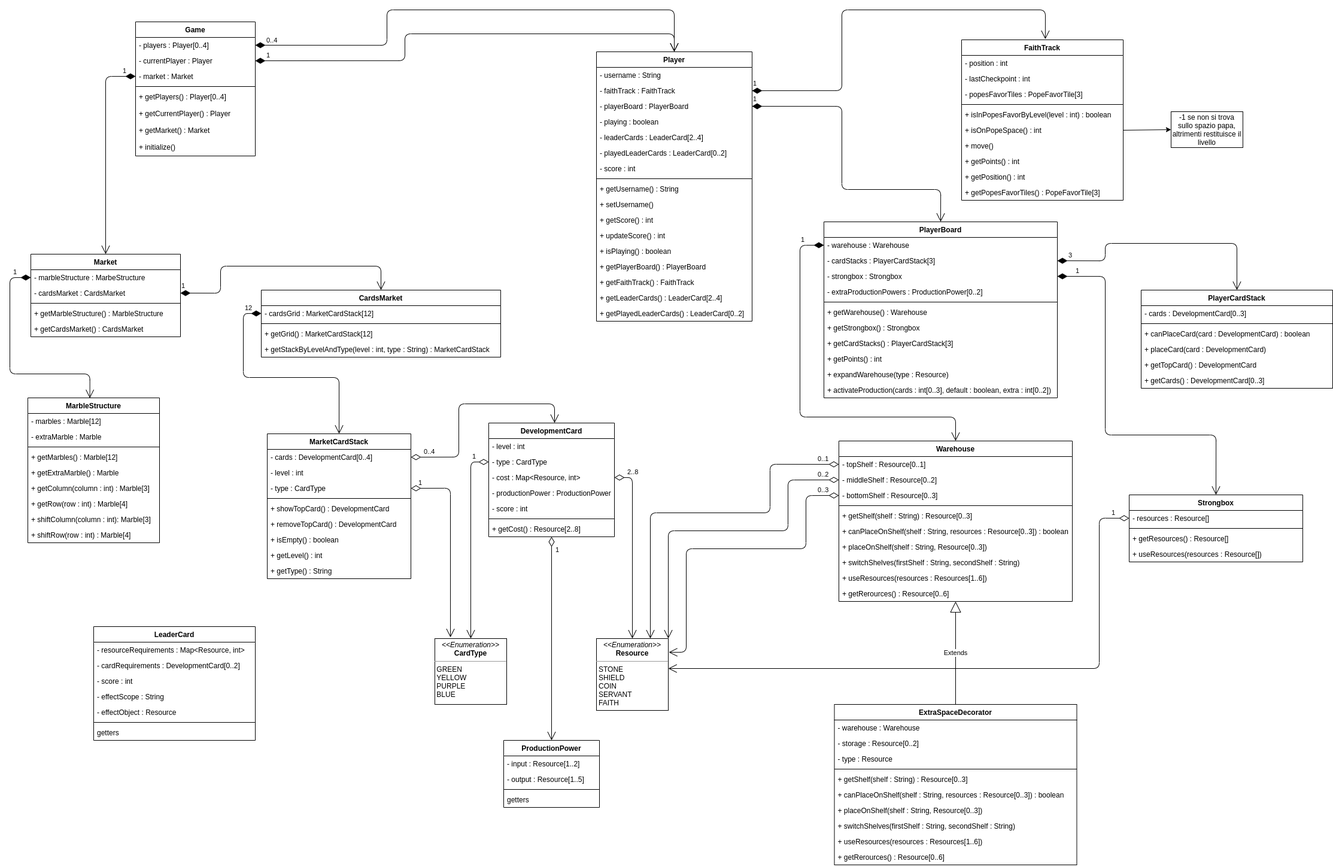
The draw.io diagram deliveries/UML/initial/initial-UML.png in SamueleMessineo/ing-sw-2021-morelli-messineo-mosconi, before a commit. Source tidied: cells renumbered, new cells last; positions are measured from the earlier drawing's top-left corner, leaving out a move shared by most shapes.
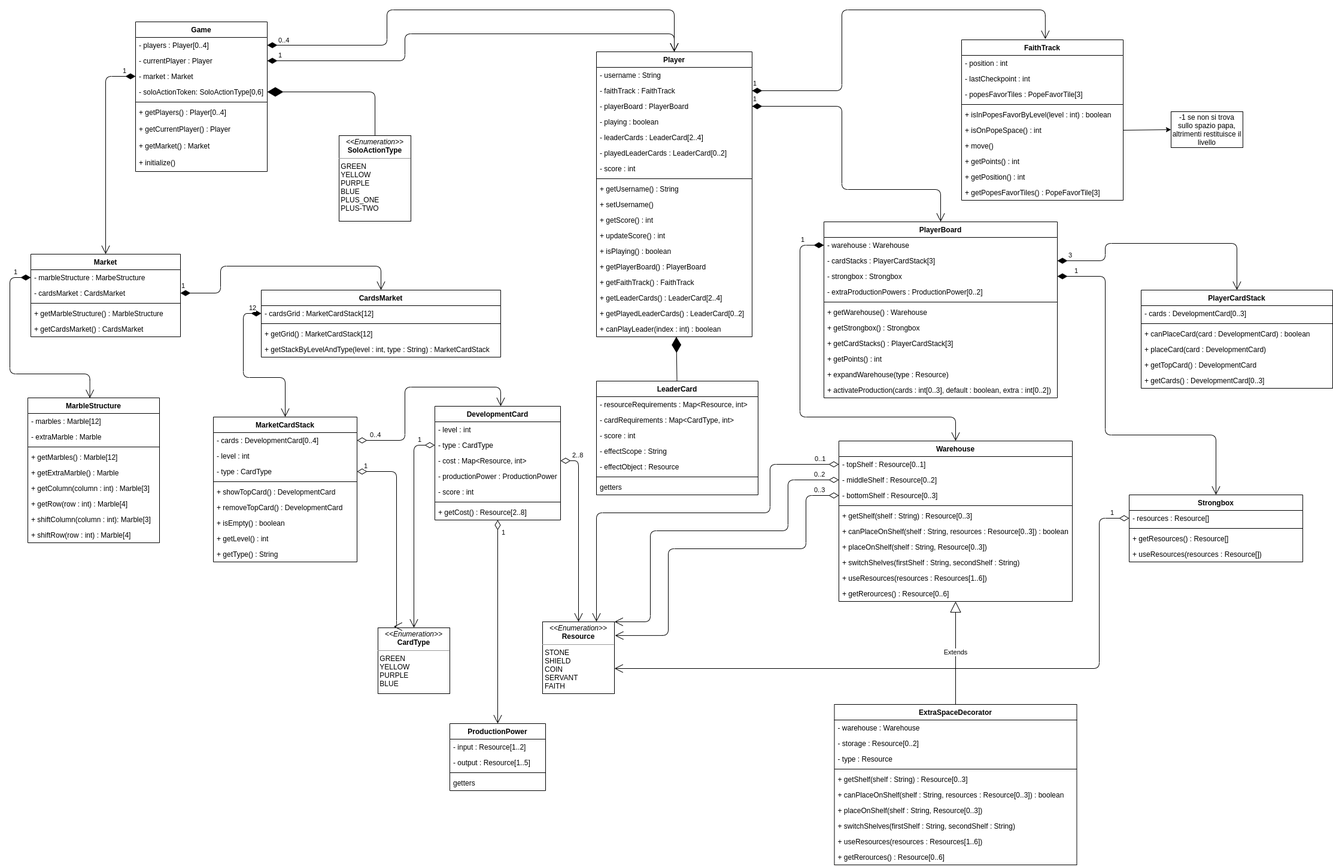
Later version of the same file.

Diff of the diagram source:
```diff
@@ -3,31 +3,34 @@
     <mxCell id="0" />
     <mxCell id="1" parent="0" />
     <mxCell id="2" value="Game" style="swimlane;fontStyle=1;align=center;verticalAlign=top;horizontal=1;startSize=26;" parent="1" vertex="1">
-      <mxGeometry x="210" y="20" width="200" height="224" as="geometry" />
+      <mxGeometry x="210" y="20" width="220" height="250" as="geometry" />
     </mxCell>
     <mxCell id="3" value="- players : Player[0..4]" style="text;strokeColor=none;fillColor=none;align=left;verticalAlign=top;spacingLeft=4;spacingRight=4;overflow=hidden;points=[[0,0.5],[1,0.5]];portConstraint=eastwest;" parent="2" vertex="1">
-      <mxGeometry y="26" width="200" height="26" as="geometry" />
+      <mxGeometry y="26" width="220" height="26" as="geometry" />
     </mxCell>
     <mxCell id="4" value="- currentPlayer : Player" style="text;strokeColor=none;fillColor=none;align=left;verticalAlign=top;spacingLeft=4;spacingRight=4;overflow=hidden;points=[[0,0.5],[1,0.5]];portConstraint=eastwest;" parent="2" vertex="1">
-      <mxGeometry y="52" width="200" height="26" as="geometry" />
+      <mxGeometry y="52" width="220" height="26" as="geometry" />
     </mxCell>
     <mxCell id="5" value="- market : Market" style="text;strokeColor=none;fillColor=none;align=left;verticalAlign=top;spacingLeft=4;spacingRight=4;overflow=hidden;points=[[0,0.5],[1,0.5]];portConstraint=eastwest;" parent="2" vertex="1">
-      <mxGeometry y="78" width="200" height="26" as="geometry" />
+      <mxGeometry y="78" width="220" height="26" as="geometry" />
     </mxCell>
-    <mxCell id="6" style="line;strokeWidth=1;fillColor=none;align=left;verticalAlign=middle;spacingTop=-1;spacingLeft=3;spacingRight=3;labelPosition=right;" parent="2" vertex="1">
-      <mxGeometry y="104" width="200" height="8" as="geometry" />
-    </mxCell>
+    <mxCell id="165" value="- soloActionToken: SoloActionType[0,6]" style="text;strokeColor=none;fillColor=none;align=left;verticalAlign=top;spacingLeft=4;spacingRight=4;overflow=hidden;points=[[0,0.5],[1,0.5]];portConstraint=eastwest;" parent="2" vertex="1">
+      <mxGeometry y="104" width="220" height="26" as="geometry" />
+    </mxCell>
+    <mxCell id="166" style="line;strokeWidth=1;fillColor=none;align=left;verticalAlign=middle;spacingTop=-1;spacingLeft=3;spacingRight=3;labelPosition=right;" parent="2" vertex="1">
+      <mxGeometry y="130" width="220" height="8" as="geometry" />
+    </mxCell>
     <mxCell id="7" value="+ getPlayers() : Player[0..4]" style="text;strokeColor=none;fillColor=none;align=left;verticalAlign=top;spacingLeft=4;spacingRight=4;overflow=hidden;" parent="2" vertex="1">
-      <mxGeometry y="112" width="200" height="28" as="geometry" />
+      <mxGeometry y="138" width="220" height="28" as="geometry" />
     </mxCell>
     <mxCell id="8" value="+ getCurrentPlayer() : Player" style="text;strokeColor=none;fillColor=none;align=left;verticalAlign=top;spacingLeft=4;spacingRight=4;overflow=hidden;" parent="2" vertex="1">
-      <mxGeometry y="140" width="200" height="28" as="geometry" />
+      <mxGeometry y="166" width="220" height="28" as="geometry" />
     </mxCell>
     <mxCell id="9" value="+ getMarket() : Market" style="text;strokeColor=none;fillColor=none;align=left;verticalAlign=top;spacingLeft=4;spacingRight=4;overflow=hidden;" parent="2" vertex="1">
-      <mxGeometry y="168" width="200" height="28" as="geometry" />
+      <mxGeometry y="194" width="220" height="28" as="geometry" />
     </mxCell>
     <mxCell id="10" value="+ initialize()" style="text;strokeColor=none;fillColor=none;align=left;verticalAlign=top;spacingLeft=4;spacingRight=4;overflow=hidden;" parent="2" vertex="1">
-      <mxGeometry y="196" width="200" height="28" as="geometry" />
+      <mxGeometry y="222" width="220" height="28" as="geometry" />
     </mxCell>
     <mxCell id="11" value="Market" style="swimlane;fontStyle=1;align=center;verticalAlign=top;horizontal=1;startSize=26;" parent="1" vertex="1">
       <mxGeometry x="35" y="408" width="250" height="138" as="geometry" />
@@ -93,7 +96,7 @@
       <mxGeometry y="86" width="400" height="26" as="geometry" />
     </mxCell>
     <mxCell id="32" value="MarketCardStack" style="swimlane;fontStyle=1;align=center;verticalAlign=top;horizontal=1;startSize=26;" parent="1" vertex="1">
-      <mxGeometry x="430" y="708" width="240" height="242" as="geometry" />
+      <mxGeometry x="340" y="680" width="240" height="242" as="geometry" />
     </mxCell>
     <mxCell id="33" value="- cards : DevelopmentCard[0..4]" style="text;strokeColor=none;fillColor=none;align=left;verticalAlign=top;spacingLeft=4;spacingRight=4;overflow=hidden;points=[[0,0.5],[1,0.5]];portConstraint=eastwest;" parent="32" vertex="1">
       <mxGeometry y="26" width="240" height="26" as="geometry" />
@@ -123,7 +126,7 @@
       <mxGeometry y="216" width="240" height="26" as="geometry" />
     </mxCell>
     <mxCell id="42" value="DevelopmentCard" style="swimlane;fontStyle=1;align=center;verticalAlign=top;horizontal=1;startSize=26;" parent="1" vertex="1">
-      <mxGeometry x="800" y="690" width="210" height="190" as="geometry" />
+      <mxGeometry x="710" y="662" width="210" height="190" as="geometry" />
     </mxCell>
     <mxCell id="43" value="- level : int" style="text;strokeColor=none;fillColor=none;align=left;verticalAlign=top;spacingLeft=4;spacingRight=4;overflow=hidden;" parent="42" vertex="1">
       <mxGeometry y="26" width="210" height="26" as="geometry" />
@@ -169,16 +172,16 @@
         <Array as="points">
           <mxPoint x="390" y="507" />
           <mxPoint x="390" y="614" />
-          <mxPoint x="550" y="614" />
+          <mxPoint x="460" y="614" />
         </Array>
       </mxGeometry>
     </mxCell>
     <mxCell id="53" value="&lt;div&gt;0..4&lt;br&gt;&lt;/div&gt;" style="endArrow=open;html=1;endSize=12;startArrow=diamondThin;startSize=14;startFill=0;edgeStyle=orthogonalEdgeStyle;align=left;verticalAlign=bottom;exitX=1;exitY=0.5;exitDx=0;exitDy=0;" parent="1" edge="1" source="33" target="42">
       <mxGeometry x="-0.89" relative="1" as="geometry">
         <Array as="points">
-          <mxPoint x="750" y="747" />
-          <mxPoint x="750" y="658" />
-          <mxPoint x="910" y="658" />
+          <mxPoint x="660" y="719" />
+          <mxPoint x="660" y="630" />
+          <mxPoint x="820" y="630" />
         </Array>
       </mxGeometry>
     </mxCell>
@@ -190,7 +193,7 @@
       </mxGeometry>
     </mxCell>
     <mxCell id="55" value="Player" style="swimlane;fontStyle=1;align=center;verticalAlign=top;horizontal=1;startSize=26;" parent="1" vertex="1">
-      <mxGeometry x="980" y="70" width="260" height="450" as="geometry" />
+      <mxGeometry x="980" y="70" width="260" height="476" as="geometry" />
     </mxCell>
     <mxCell id="56" value="- username : String" style="text;strokeColor=none;fillColor=none;align=left;verticalAlign=top;spacingLeft=4;spacingRight=4;overflow=hidden;" parent="55" vertex="1">
       <mxGeometry y="26" width="260" height="26" as="geometry" />
@@ -243,6 +246,9 @@
     <mxCell id="72" value="+ getPlayedLeaderCards() : LeaderCard[0..2]" style="text;strokeColor=none;fillColor=none;align=left;verticalAlign=top;spacingLeft=4;spacingRight=4;overflow=hidden;" parent="55" vertex="1">
       <mxGeometry y="424" width="260" height="26" as="geometry" />
     </mxCell>
+    <mxCell id="167" value="+ canPlayLeader(index : int) : boolean" style="text;strokeColor=none;fillColor=none;align=left;verticalAlign=top;spacingLeft=4;spacingRight=4;overflow=hidden;" parent="55" vertex="1">
+      <mxGeometry y="450" width="260" height="26" as="geometry" />
+    </mxCell>
     <mxCell id="73" value="FaithTrack" style="swimlane;fontStyle=1;align=center;verticalAlign=top;horizontal=1;startSize=26;" parent="1" vertex="1">
       <mxGeometry x="1590" y="50" width="270" height="268" as="geometry" />
     </mxCell>
@@ -276,9 +282,9 @@
     <mxCell id="83" value="+ getPopesFavorTiles() : PopeFavorTile[3]" style="text;strokeColor=none;fillColor=none;align=left;verticalAlign=top;spacingLeft=4;spacingRight=4;overflow=hidden;" parent="73" vertex="1">
       <mxGeometry y="242" width="270" height="26" as="geometry" />
     </mxCell>
-    <mxCell id="84" style="rounded=0;whiteSpace=wrap;html=1;" parent="1" vertex="1">
-      <mxGeometry x="1940" y="170" width="120" height="60" as="geometry" />
-    </mxCell>
+    <mxCell id="168" style="rounded=0;whiteSpace=wrap;html=1;" parent="1" vertex="1">
+      <mxGeometry x="1940" y="170" width="120" height="60" as="geometry" />
+    </mxCell>
     <mxCell id="85" value="-1 se non si trova sullo spazio papa, altrimenti restituisce il livello" style="text;html=1;strokeColor=none;fillColor=none;align=center;verticalAlign=middle;whiteSpace=wrap;rounded=0;" parent="1" vertex="1">
       <mxGeometry x="1940" y="190" width="120" height="20" as="geometry" />
     </mxCell>
@@ -454,14 +460,14 @@
       </mxGeometry>
     </mxCell>
     <mxCell id="129" value="LeaderCard" style="swimlane;fontStyle=1;align=center;verticalAlign=top;horizontal=1;startSize=26;" parent="1" vertex="1">
-      <mxGeometry x="140" y="1030" width="270" height="190" as="geometry" />
+      <mxGeometry x="980" y="620" width="270" height="190" as="geometry" />
     </mxCell>
     <mxCell id="130" value="- resourceRequirements : Map&lt;Resource, int&gt;" style="text;strokeColor=none;fillColor=none;align=left;verticalAlign=top;spacingLeft=4;spacingRight=4;overflow=hidden;" parent="129" vertex="1">
       <mxGeometry y="26" width="270" height="26" as="geometry" />
     </mxCell>
-    <mxCell id="131" value="- cardRequirements : DevelopmentCard[0..2]" style="text;strokeColor=none;fillColor=none;align=left;verticalAlign=top;spacingLeft=4;spacingRight=4;overflow=hidden;" parent="129" vertex="1">
-      <mxGeometry y="52" width="270" height="26" as="geometry" />
-    </mxCell>
+    <mxCell id="169" value="- cardRequirements : Map&lt;CardType, int&gt;" style="text;strokeColor=none;fillColor=none;align=left;verticalAlign=top;spacingLeft=4;spacingRight=4;overflow=hidden;" parent="129" vertex="1">
+      <mxGeometry y="52" width="270" height="26" as="geometry" />
+    </mxCell>
     <mxCell id="132" value="- score : int" style="text;strokeColor=none;fillColor=none;align=left;verticalAlign=top;spacingLeft=4;spacingRight=4;overflow=hidden;" parent="129" vertex="1">
       <mxGeometry y="78" width="270" height="26" as="geometry" />
     </mxCell>
@@ -478,14 +484,13 @@
       <mxGeometry y="164" width="270" height="26" as="geometry" />
     </mxCell>
     <mxCell id="137" value="&lt;p style=&quot;margin: 0px ; margin-top: 4px ; text-align: center&quot;&gt;&lt;i&gt;&amp;lt;&amp;lt;Enumeration&amp;gt;&amp;gt;&lt;/i&gt;&lt;br&gt;&lt;b&gt;Resource&lt;/b&gt;&lt;/p&gt;&lt;hr size=&quot;1&quot;&gt;&lt;p style=&quot;margin: 0px ; margin-left: 4px&quot;&gt;STONE&lt;/p&gt;&lt;p style=&quot;margin: 0px ; margin-left: 4px&quot;&gt;SHIELD&lt;/p&gt;&lt;p style=&quot;margin: 0px ; margin-left: 4px&quot;&gt;COIN&lt;/p&gt;&lt;p style=&quot;margin: 0px ; margin-left: 4px&quot;&gt;SERVANT&lt;/p&gt;&lt;p style=&quot;margin: 0px ; margin-left: 4px&quot;&gt;FAITH&lt;br&gt;&lt;/p&gt;" style="verticalAlign=top;align=left;overflow=fill;fontSize=12;fontFamily=Helvetica;html=1;" parent="1" vertex="1">
-      <mxGeometry x="980" y="1050" width="120" height="120" as="geometry" />
+      <mxGeometry x="890" y="1022" width="120" height="120" as="geometry" />
     </mxCell>
     <mxCell id="138" value="2..8" style="endArrow=open;html=1;endSize=12;startArrow=diamondThin;startSize=14;startFill=0;edgeStyle=orthogonalEdgeStyle;align=left;verticalAlign=bottom;exitX=1;exitY=0.5;exitDx=0;exitDy=0;entryX=0.5;entryY=0;entryDx=0;entryDy=0;" parent="1" edge="1" source="45" target="137">
       <mxGeometry x="-0.87" relative="1" as="geometry" />
     </mxCell>
-    <mxCell id="139" value="1" style="endArrow=open;html=1;endSize=12;startArrow=diamondThin;startSize=14;startFill=0;edgeStyle=orthogonalEdgeStyle;align=left;verticalAlign=bottom;exitX=0;exitY=0.5;exitDx=0;exitDy=0;" parent="1" edge="1" source="120">
+    <mxCell id="139" value="1" style="endArrow=open;html=1;endSize=12;startArrow=diamondThin;startSize=14;startFill=0;edgeStyle=orthogonalEdgeStyle;align=left;verticalAlign=bottom;exitX=0;exitY=0.5;exitDx=0;exitDy=0;" parent="1" edge="1" source="120" target="137">
       <mxGeometry x="-0.94" relative="1" as="geometry">
-        <mxPoint x="1100" y="1100" as="targetPoint" />
         <Array as="points">
           <mxPoint x="1820" y="849" />
           <mxPoint x="1820" y="1100" />
@@ -497,7 +502,7 @@
         <Array as="points">
           <mxPoint x="1270" y="759" />
           <mxPoint x="1270" y="840" />
-          <mxPoint x="1070" y="840" />
+          <mxPoint x="980" y="840" />
         </Array>
       </mxGeometry>
     </mxCell>
@@ -506,7 +511,8 @@
         <Array as="points">
           <mxPoint x="1300" y="785" />
           <mxPoint x="1300" y="870" />
-          <mxPoint x="1100" y="870" />
+          <mxPoint x="1070" y="870" />
+          <mxPoint x="1070" y="1022" />
         </Array>
       </mxGeometry>
     </mxCell>
@@ -515,13 +521,13 @@
         <Array as="points">
           <mxPoint x="1330" y="811" />
           <mxPoint x="1330" y="900" />
-          <mxPoint x="1130" y="900" />
-          <mxPoint x="1130" y="1073" />
+          <mxPoint x="1100" y="900" />
+          <mxPoint x="1100" y="1045" />
         </Array>
       </mxGeometry>
     </mxCell>
     <mxCell id="143" value="&lt;p style=&quot;margin: 0px ; margin-top: 4px ; text-align: center&quot;&gt;&lt;i&gt;&amp;lt;&amp;lt;Enumeration&amp;gt;&amp;gt;&lt;/i&gt;&lt;br&gt;&lt;b&gt;CardType&lt;/b&gt;&lt;/p&gt;&lt;hr size=&quot;1&quot;&gt;&lt;div&gt;&amp;nbsp;GREEN&lt;/div&gt;&lt;div&gt;&amp;nbsp;YELLOW&lt;/div&gt;&lt;div&gt;&amp;nbsp;PURPLE&lt;/div&gt;&lt;div&gt;&amp;nbsp;BLUE&lt;br&gt;&lt;/div&gt;" style="verticalAlign=top;align=left;overflow=fill;fontSize=12;fontFamily=Helvetica;html=1;" parent="1" vertex="1">
-      <mxGeometry x="710" y="1050" width="120" height="110" as="geometry" />
+      <mxGeometry x="615" y="1032" width="120" height="110" as="geometry" />
     </mxCell>
     <mxCell id="144" style="edgeStyle=orthogonalEdgeStyle;rounded=0;orthogonalLoop=1;jettySize=auto;html=1;exitX=0.5;exitY=1;exitDx=0;exitDy=0;" parent="1" edge="1" source="143" target="143">
       <mxGeometry relative="1" as="geometry" />
@@ -532,7 +538,7 @@
     <mxCell id="146" value="1" style="endArrow=open;html=1;endSize=12;startArrow=diamondThin;startSize=14;startFill=0;edgeStyle=orthogonalEdgeStyle;align=left;verticalAlign=bottom;exitX=1;exitY=0.5;exitDx=0;exitDy=0;entryX=0.217;entryY=-0.018;entryDx=0;entryDy=0;entryPerimeter=0;" parent="1" edge="1" source="35" target="143">
       <mxGeometry x="-0.94" relative="1" as="geometry">
         <Array as="points">
-          <mxPoint x="736" y="799" />
+          <mxPoint x="646" y="771" />
         </Array>
       </mxGeometry>
     </mxCell>
@@ -573,7 +579,7 @@
       <mxGeometry relative="1" as="geometry" />
     </mxCell>
     <mxCell id="159" value="ProductionPower" style="swimlane;fontStyle=1;align=center;verticalAlign=top;horizontal=1;startSize=26;" parent="1" vertex="1">
-      <mxGeometry x="825" y="1220" width="160" height="112" as="geometry" />
+      <mxGeometry x="735" y="1192" width="160" height="112" as="geometry" />
     </mxCell>
     <mxCell id="160" value="- input : Resource[1..2]" style="text;strokeColor=none;fillColor=none;align=left;verticalAlign=top;spacingLeft=4;spacingRight=4;overflow=hidden;" parent="159" vertex="1">
       <mxGeometry y="26" width="160" height="26" as="geometry" />
@@ -590,5 +596,20 @@
     <mxCell id="164" value="1" style="endArrow=open;html=1;endSize=12;startArrow=diamondThin;startSize=14;startFill=0;edgeStyle=orthogonalEdgeStyle;align=left;verticalAlign=bottom;" parent="1" edge="1" source="42" target="159">
       <mxGeometry x="-0.82" y="5" relative="1" as="geometry" />
     </mxCell>
+    <mxCell id="170" style="endArrow=diamondThin;endFill=1;endSize=24;html=1;" parent="1" edge="1" target="55">
+      <mxGeometry relative="1" as="geometry">
+        <mxPoint x="1114.5" y="620" as="sourcePoint" />
+      </mxGeometry>
+    </mxCell>
+    <mxCell id="171" value="&lt;p style=&quot;margin: 0px ; margin-top: 4px ; text-align: center&quot;&gt;&lt;i&gt;&amp;lt;&amp;lt;Enumeration&amp;gt;&amp;gt;&lt;/i&gt;&lt;br&gt;&lt;b&gt;SoloActionType&lt;/b&gt;&lt;/p&gt;&lt;hr size=&quot;1&quot;&gt;&lt;div&gt;&amp;nbsp;&lt;span&gt;GREEN&lt;/span&gt;&lt;/div&gt;&lt;div&gt;&amp;nbsp;YELLOW&lt;/div&gt;&lt;div&gt;&amp;nbsp;PURPLE&lt;/div&gt;&lt;div&gt;&amp;nbsp;BLUE&lt;/div&gt;&lt;div&gt;&amp;nbsp;PLUS_ONE&lt;/div&gt;&lt;div&gt;&amp;nbsp;PLUS-TWO&lt;/div&gt;" style="verticalAlign=top;align=left;overflow=fill;fontSize=12;fontFamily=Helvetica;html=1;" parent="1" vertex="1">
+      <mxGeometry x="550" y="210" width="120" height="143" as="geometry" />
+    </mxCell>
+    <mxCell id="172" style="endArrow=diamondThin;endFill=1;endSize=24;html=1;entryX=1;entryY=0.5;entryDx=0;entryDy=0;exitX=0.5;exitY=0;exitDx=0;exitDy=0;" parent="1" edge="1" source="171" target="165">
+      <mxGeometry relative="1" as="geometry">
+        <Array as="points">
+          <mxPoint x="610" y="137" />
+        </Array>
+      </mxGeometry>
+    </mxCell>
   </root>
 </mxGraphModel>
```
